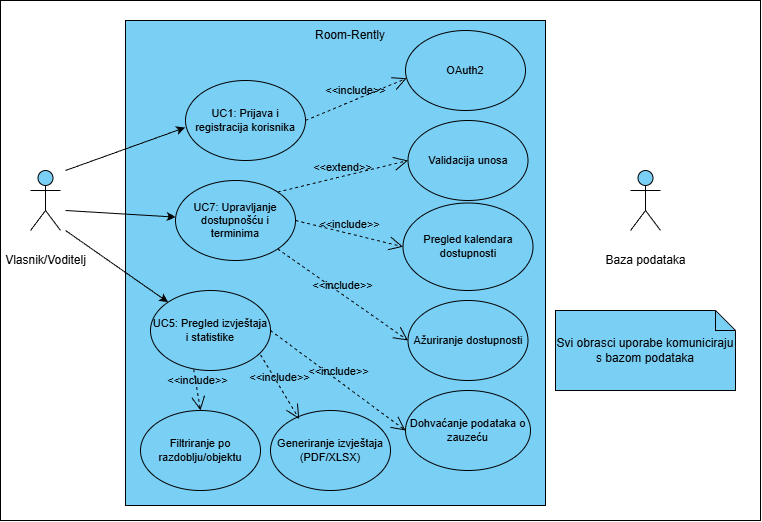
The draw.io diagram Dokumentacija/Dijagrami/Slike/Dijagram obrazaca uporabe Vlasnik Voditelj.drawio.png in JosipMrakovcic/Room-Rently, before a commit. Source tidied: cells renumbered, new cells last; positions are measured from the earlier drawing's top-left corner, leaving out a move shared by most shapes. The source it was exported from:
```xml
<mxGraphModel background="light-dark(#FFFFFF,#FFFFFF)">
  <root>
    <mxCell id="0" />
    <mxCell id="1" parent="0" />
    <mxCell id="2" style="html=1;whiteSpace=wrap;fillColor=none;strokeColor=light-dark(#000000,#000000);strokeWidth=1;labelBackgroundColor=none;fontColor=default;" parent="1" vertex="1">
      <mxGeometry width="760" height="520" as="geometry" />
    </mxCell>
    <mxCell id="3" value="&lt;font style=&quot;color: light-dark(rgb(0, 0, 0), rgb(0, 0, 0));&quot;&gt;Svi obrasci uporabe komuniciraju s bazom podataka&lt;/font&gt;" style="shape=note;size=20;whiteSpace=wrap;html=1;fillColor=light-dark(#7ACFF5,#00D4FF);strokeColor=light-dark(#000000,#000000);" parent="1" vertex="1">
      <mxGeometry x="555" y="310" width="180" height="80" as="geometry" />
    </mxCell>
    <mxCell id="4" value="&lt;font style=&quot;color: light-dark(rgb(0, 0, 0), rgb(0, 0, 0));&quot;&gt;Baza podataka&lt;/font&gt;" style="shape=umlActor;verticalLabelPosition=bottom;verticalAlign=middle;html=1;fillColor=light-dark(#7ACFF5,#00D4FF);strokeColor=light-dark(#000000,#000000);align=center;fontFamily=Helvetica;fontSize=12;fontColor=default;" parent="1" vertex="1">
      <mxGeometry x="630" y="170" width="30" height="60" as="geometry" />
    </mxCell>
    <mxCell id="5" style="html=1;whiteSpace=wrap;strokeColor=light-dark(#000000,#000000);align=center;verticalAlign=middle;fontFamily=Helvetica;fontSize=12;fontColor=default;fillColor=light-dark(#7ACFF5,#00D4FF);" parent="1" vertex="1">
      <mxGeometry x="125" y="20" width="420" height="485" as="geometry" />
    </mxCell>
    <mxCell id="6" value="&lt;font style=&quot;color: light-dark(rgb(0, 0, 0), rgb(0, 0, 0));&quot;&gt;Vlasnik/Voditelj&lt;/font&gt;" style="shape=umlActor;verticalLabelPosition=bottom;verticalAlign=middle;html=1;fillColor=light-dark(#7ACFF5,#00D4FF);strokeColor=light-dark(#000000,#000000);align=center;fontFamily=Helvetica;fontSize=12;fontColor=default;" parent="1" vertex="1">
      <mxGeometry x="30" y="170" width="30" height="60" as="geometry" />
    </mxCell>
    <mxCell id="7" value="&lt;font style=&quot;color: light-dark(rgb(0, 0, 0), rgb(0, 0, 0));&quot;&gt;UC1: Prijava i registracija korisnika&lt;/font&gt;" style="ellipse;whiteSpace=wrap;html=1;strokeColor=light-dark(#000000,#000000);align=center;verticalAlign=middle;fontFamily=Helvetica;fontSize=11;fontColor=default;fillColor=none;" parent="1" vertex="1">
      <mxGeometry x="185" y="80" width="120" height="80" as="geometry" />
    </mxCell>
    <mxCell id="8" value="&lt;font style=&quot;color: light-dark(rgb(0, 0, 0), rgb(3, 3, 3));&quot;&gt;UC5: Pregled izvještaja i statistike&lt;/font&gt;" style="ellipse;whiteSpace=wrap;html=1;strokeColor=light-dark(#000000,#000000);align=center;verticalAlign=middle;fontFamily=Helvetica;fontSize=11;fontColor=default;fillColor=none;" parent="1" vertex="1">
      <mxGeometry x="150" y="290" width="120" height="80" as="geometry" />
    </mxCell>
    <mxCell id="9" value="&lt;font&gt;UC7: Upravljanje dostupnošću i terminima&lt;/font&gt;" style="ellipse;whiteSpace=wrap;html=1;strokeColor=light-dark(#000000,#000000);align=center;verticalAlign=middle;fontFamily=Helvetica;fontSize=11;fontColor=light-dark(#000000,#000000);fillColor=none;" parent="1" vertex="1">
      <mxGeometry x="175" y="180" width="120" height="80" as="geometry" />
    </mxCell>
    <mxCell id="10" value="&lt;font&gt;Generiranje izvještaja (PDF/XLSX)&lt;/font&gt;" style="ellipse;whiteSpace=wrap;html=1;strokeColor=light-dark(#000000,#000000);align=center;verticalAlign=middle;fontFamily=Helvetica;fontSize=11;fontColor=light-dark(#000000,#000000);fillColor=none;" parent="1" vertex="1">
      <mxGeometry x="270" y="410" width="120" height="80" as="geometry" />
    </mxCell>
    <mxCell id="11" value="&lt;font style=&quot;color: light-dark(rgb(0, 0, 0), rgb(0, 0, 0));&quot;&gt;Dohvaćanje podataka o zauzeću&lt;/font&gt;" style="ellipse;whiteSpace=wrap;html=1;strokeColor=light-dark(#000000,#000000);align=center;verticalAlign=middle;fontFamily=Helvetica;fontSize=11;fontColor=default;fillColor=none;" parent="1" vertex="1">
      <mxGeometry x="405" y="390" width="125" height="80" as="geometry" />
    </mxCell>
    <mxCell id="12" value="&lt;font style=&quot;color: light-dark(rgb(0, 0, 0), rgb(0, 0, 0));&quot;&gt;Filtriranje po razdoblju/objektu&lt;/font&gt;" style="ellipse;whiteSpace=wrap;html=1;strokeColor=light-dark(#000000,#000000);align=center;verticalAlign=middle;fontFamily=Helvetica;fontSize=11;fontColor=default;fillColor=none;" parent="1" vertex="1">
      <mxGeometry x="140" y="410" width="120" height="80" as="geometry" />
    </mxCell>
    <mxCell id="13" value="&lt;font style=&quot;color: light-dark(rgb(0, 0, 0), rgb(5, 5, 5));&quot;&gt;Validacija unosa&lt;/font&gt;" style="ellipse;whiteSpace=wrap;html=1;strokeColor=light-dark(#000000,#000000);align=center;verticalAlign=middle;fontFamily=Helvetica;fontSize=11;fontColor=default;fillColor=none;" parent="1" vertex="1">
      <mxGeometry x="407.5" y="120" width="120" height="80" as="geometry" />
    </mxCell>
    <mxCell id="14" value="&lt;font style=&quot;color: light-dark(rgb(0, 0, 0), rgb(0, 0, 0));&quot;&gt;OAuth2&lt;/font&gt;" style="ellipse;whiteSpace=wrap;html=1;strokeColor=light-dark(#000000,#000000);align=center;verticalAlign=middle;fontFamily=Helvetica;fontSize=11;fontColor=default;fillColor=none;" parent="1" vertex="1">
      <mxGeometry x="405" y="30" width="120" height="80" as="geometry" />
    </mxCell>
    <mxCell id="15" value="&amp;lt;&amp;lt;extend&amp;gt;&amp;gt;" style="endArrow=open;dashed=1;endFill=0;endSize=12;html=1;rounded=0;entryX=0;entryY=0.5;entryDx=0;entryDy=0;fontSize=11;strokeColor=light-dark(#000000,#000000);exitX=1;exitY=0;exitDx=0;exitDy=0;labelBackgroundColor=none;fontColor=light-dark(#000000,#000000);align=center;verticalAlign=bottom;" parent="1" edge="1" source="9" target="13">
      <mxGeometry relative="1" as="geometry" />
    </mxCell>
    <mxCell id="16" style="endArrow=classic;html=1;rounded=0;strokeColor=light-dark(#000000,#000000);" parent="1" edge="1" target="9">
      <mxGeometry relative="1" as="geometry">
        <mxPoint x="65" y="210" as="sourcePoint" />
      </mxGeometry>
    </mxCell>
    <mxCell id="17" style="endArrow=classic;html=1;rounded=0;entryX=-0.003;entryY=0.588;entryDx=0;entryDy=0;entryPerimeter=0;strokeColor=light-dark(#000000,#000000);" parent="1" edge="1" target="7">
      <mxGeometry relative="1" as="geometry">
        <mxPoint x="65" y="170" as="sourcePoint" />
      </mxGeometry>
    </mxCell>
    <mxCell id="18" style="endArrow=classic;html=1;rounded=0;entryX=0;entryY=0;entryDx=0;entryDy=0;strokeColor=light-dark(#000000,#131313);" parent="1" edge="1" target="8">
      <mxGeometry relative="1" as="geometry">
        <mxPoint x="65" y="230" as="sourcePoint" />
      </mxGeometry>
    </mxCell>
    <mxCell id="19" value="&lt;font style=&quot;color: light-dark(rgb(0, 0, 0), rgb(7, 7, 7));&quot;&gt;Room-Rently&lt;/font&gt;" style="text;html=1;whiteSpace=wrap;strokeColor=none;fillColor=none;align=center;verticalAlign=middle;rounded=0;" parent="1" vertex="1">
      <mxGeometry x="295" y="20" width="110" height="30" as="geometry" />
    </mxCell>
    <mxCell id="20" value="Pregled kalendara dostupnosti" style="ellipse;whiteSpace=wrap;html=1;strokeColor=light-dark(#000000,#000000);align=center;verticalAlign=middle;fontFamily=Helvetica;fontSize=11;fontColor=light-dark(#000000,#000000);fillColor=none;" parent="1" vertex="1">
      <mxGeometry x="402.5" y="202.5" width="130" height="87.5" as="geometry" />
    </mxCell>
    <mxCell id="21" value="&amp;lt;&amp;lt;include&amp;gt;&amp;gt;" style="endArrow=open;dashed=1;endFill=0;endSize=12;html=1;rounded=0;entryX=0;entryY=0.5;entryDx=0;entryDy=0;fontSize=11;strokeColor=light-dark(#000000,#000000);labelBackgroundColor=none;fontColor=light-dark(#000000,#000000);align=center;verticalAlign=bottom;exitX=1;exitY=0.5;exitDx=0;exitDy=0;" parent="1" edge="1" source="9" target="20">
      <mxGeometry relative="1" as="geometry" />
    </mxCell>
    <mxCell id="22" value="&amp;lt;&amp;lt;include&amp;gt;&amp;gt;" style="endArrow=open;dashed=1;endFill=0;endSize=12;html=1;rounded=0;entryX=0;entryY=0.5;entryDx=0;entryDy=0;fontSize=11;strokeColor=light-dark(#000000,#000000);labelBackgroundColor=none;fontColor=light-dark(#000000,#000000);align=center;verticalAlign=bottom;exitX=1;exitY=0.5;exitDx=0;exitDy=0;" parent="1" edge="1" source="8" target="11">
      <mxGeometry relative="1" as="geometry" />
    </mxCell>
    <mxCell id="23" value="&amp;lt;&amp;lt;include&amp;gt;&amp;gt;" style="endArrow=open;dashed=1;endFill=0;endSize=12;html=1;rounded=0;entryX=0.239;entryY=0.106;entryDx=0;entryDy=0;fontSize=11;strokeColor=light-dark(#000000,#000000);labelBackgroundColor=none;fontColor=light-dark(#000000,#000000);align=center;verticalAlign=bottom;exitX=0.917;exitY=0.804;exitDx=0;exitDy=0;exitPerimeter=0;entryPerimeter=0;" parent="1" edge="1" source="8" target="10">
      <mxGeometry relative="1" as="geometry" />
    </mxCell>
    <mxCell id="24" value="&amp;lt;&amp;lt;include&amp;gt;&amp;gt;" style="endArrow=open;dashed=1;endFill=0;endSize=12;html=1;rounded=0;entryX=0.5;entryY=0;entryDx=0;entryDy=0;fontSize=11;strokeColor=light-dark(#000000,#000000);labelBackgroundColor=none;fontColor=light-dark(#000000,#000000);align=center;verticalAlign=bottom;exitX=0.36;exitY=0.985;exitDx=0;exitDy=0;exitPerimeter=0;" parent="1" edge="1" source="8" target="12">
      <mxGeometry relative="1" as="geometry" />
    </mxCell>
    <mxCell id="25" value="Ažuriranje dostupnosti" style="ellipse;whiteSpace=wrap;html=1;strokeColor=light-dark(#000000,#000000);align=center;verticalAlign=middle;fontFamily=Helvetica;fontSize=11;fontColor=light-dark(#000000,#000000);fillColor=none;" parent="1" vertex="1">
      <mxGeometry x="407.5" y="300" width="120" height="80" as="geometry" />
    </mxCell>
    <mxCell id="26" value="&amp;lt;&amp;lt;include&amp;gt;&amp;gt;" style="endArrow=open;dashed=1;endFill=0;endSize=12;html=1;rounded=0;entryX=0.009;entryY=0.597;entryDx=0;entryDy=0;fontSize=11;strokeColor=light-dark(#000000,#000000);exitX=1;exitY=0.5;exitDx=0;exitDy=0;labelBackgroundColor=none;fontColor=light-dark(#000000,#000000);align=center;verticalAlign=bottom;entryPerimeter=0;" parent="1" edge="1" source="7" target="14">
      <mxGeometry relative="1" as="geometry" />
    </mxCell>
    <mxCell id="27" value="&amp;lt;&amp;lt;include&amp;gt;&amp;gt;" style="endArrow=open;dashed=1;endFill=0;endSize=12;html=1;rounded=0;entryX=0;entryY=0.5;entryDx=0;entryDy=0;fontSize=11;strokeColor=light-dark(#000000,#000000);labelBackgroundColor=none;fontColor=light-dark(#000000,#000000);align=center;verticalAlign=bottom;exitX=1;exitY=1;exitDx=0;exitDy=0;" parent="1" edge="1" source="9" target="25">
      <mxGeometry relative="1" as="geometry" />
    </mxCell>
  </root>
</mxGraphModel>
```
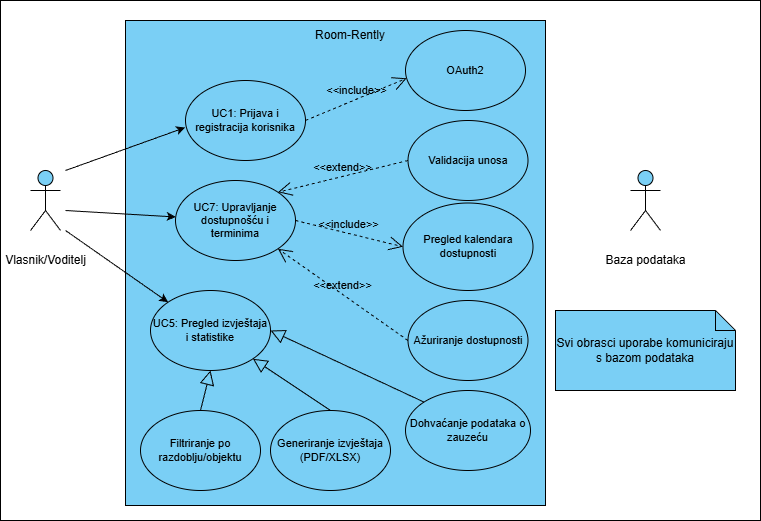
The same file after the commit.

Diff of the diagram source:
```diff
@@ -41,7 +41,7 @@
     <mxCell id="14" value="&lt;font style=&quot;color: light-dark(rgb(0, 0, 0), rgb(0, 0, 0));&quot;&gt;OAuth2&lt;/font&gt;" style="ellipse;whiteSpace=wrap;html=1;strokeColor=light-dark(#000000,#000000);align=center;verticalAlign=middle;fontFamily=Helvetica;fontSize=11;fontColor=default;fillColor=none;" parent="1" vertex="1">
       <mxGeometry x="405" y="30" width="120" height="80" as="geometry" />
     </mxCell>
-    <mxCell id="15" value="&amp;lt;&amp;lt;extend&amp;gt;&amp;gt;" style="endArrow=open;dashed=1;endFill=0;endSize=12;html=1;rounded=0;entryX=0;entryY=0.5;entryDx=0;entryDy=0;fontSize=11;strokeColor=light-dark(#000000,#000000);exitX=1;exitY=0;exitDx=0;exitDy=0;labelBackgroundColor=none;fontColor=light-dark(#000000,#000000);align=center;verticalAlign=bottom;" parent="1" edge="1" source="9" target="13">
+    <mxCell id="15" value="&amp;lt;&amp;lt;extend&amp;gt;&amp;gt;" style="endArrow=open;dashed=1;endFill=0;endSize=12;html=1;rounded=0;entryX=1;entryY=0;entryDx=0;entryDy=0;fontSize=11;strokeColor=light-dark(#000000,#000000);exitX=0;exitY=0.5;exitDx=0;exitDy=0;labelBackgroundColor=none;fontColor=light-dark(#000000,#000000);align=center;verticalAlign=bottom;" parent="1" edge="1" source="13" target="9">
       <mxGeometry relative="1" as="geometry" />
     </mxCell>
     <mxCell id="16" style="endArrow=classic;html=1;rounded=0;strokeColor=light-dark(#000000,#000000);" parent="1" edge="1" target="9">
@@ -65,26 +65,26 @@
     <mxCell id="20" value="Pregled kalendara dostupnosti" style="ellipse;whiteSpace=wrap;html=1;strokeColor=light-dark(#000000,#000000);align=center;verticalAlign=middle;fontFamily=Helvetica;fontSize=11;fontColor=light-dark(#000000,#000000);fillColor=none;" parent="1" vertex="1">
       <mxGeometry x="402.5" y="202.5" width="130" height="87.5" as="geometry" />
     </mxCell>
-    <mxCell id="21" value="&amp;lt;&amp;lt;include&amp;gt;&amp;gt;" style="endArrow=open;dashed=1;endFill=0;endSize=12;html=1;rounded=0;entryX=0;entryY=0.5;entryDx=0;entryDy=0;fontSize=11;strokeColor=light-dark(#000000,#000000);labelBackgroundColor=none;fontColor=light-dark(#000000,#000000);align=center;verticalAlign=bottom;exitX=1;exitY=0.5;exitDx=0;exitDy=0;" parent="1" edge="1" source="9" target="20">
-      <mxGeometry relative="1" as="geometry" />
-    </mxCell>
-    <mxCell id="22" value="&amp;lt;&amp;lt;include&amp;gt;&amp;gt;" style="endArrow=open;dashed=1;endFill=0;endSize=12;html=1;rounded=0;entryX=0;entryY=0.5;entryDx=0;entryDy=0;fontSize=11;strokeColor=light-dark(#000000,#000000);labelBackgroundColor=none;fontColor=light-dark(#000000,#000000);align=center;verticalAlign=bottom;exitX=1;exitY=0.5;exitDx=0;exitDy=0;" parent="1" edge="1" source="8" target="11">
-      <mxGeometry relative="1" as="geometry" />
-    </mxCell>
-    <mxCell id="23" value="&amp;lt;&amp;lt;include&amp;gt;&amp;gt;" style="endArrow=open;dashed=1;endFill=0;endSize=12;html=1;rounded=0;entryX=0.239;entryY=0.106;entryDx=0;entryDy=0;fontSize=11;strokeColor=light-dark(#000000,#000000);labelBackgroundColor=none;fontColor=light-dark(#000000,#000000);align=center;verticalAlign=bottom;exitX=0.917;exitY=0.804;exitDx=0;exitDy=0;exitPerimeter=0;entryPerimeter=0;" parent="1" edge="1" source="8" target="10">
-      <mxGeometry relative="1" as="geometry" />
-    </mxCell>
-    <mxCell id="24" value="&amp;lt;&amp;lt;include&amp;gt;&amp;gt;" style="endArrow=open;dashed=1;endFill=0;endSize=12;html=1;rounded=0;entryX=0.5;entryY=0;entryDx=0;entryDy=0;fontSize=11;strokeColor=light-dark(#000000,#000000);labelBackgroundColor=none;fontColor=light-dark(#000000,#000000);align=center;verticalAlign=bottom;exitX=0.36;exitY=0.985;exitDx=0;exitDy=0;exitPerimeter=0;" parent="1" edge="1" source="8" target="12">
-      <mxGeometry relative="1" as="geometry" />
-    </mxCell>
     <mxCell id="25" value="Ažuriranje dostupnosti" style="ellipse;whiteSpace=wrap;html=1;strokeColor=light-dark(#000000,#000000);align=center;verticalAlign=middle;fontFamily=Helvetica;fontSize=11;fontColor=light-dark(#000000,#000000);fillColor=none;" parent="1" vertex="1">
       <mxGeometry x="407.5" y="300" width="120" height="80" as="geometry" />
     </mxCell>
     <mxCell id="26" value="&amp;lt;&amp;lt;include&amp;gt;&amp;gt;" style="endArrow=open;dashed=1;endFill=0;endSize=12;html=1;rounded=0;entryX=0.009;entryY=0.597;entryDx=0;entryDy=0;fontSize=11;strokeColor=light-dark(#000000,#000000);exitX=1;exitY=0.5;exitDx=0;exitDy=0;labelBackgroundColor=none;fontColor=light-dark(#000000,#000000);align=center;verticalAlign=bottom;entryPerimeter=0;" parent="1" edge="1" source="7" target="14">
       <mxGeometry relative="1" as="geometry" />
     </mxCell>
-    <mxCell id="27" value="&amp;lt;&amp;lt;include&amp;gt;&amp;gt;" style="endArrow=open;dashed=1;endFill=0;endSize=12;html=1;rounded=0;entryX=0;entryY=0.5;entryDx=0;entryDy=0;fontSize=11;strokeColor=light-dark(#000000,#000000);labelBackgroundColor=none;fontColor=light-dark(#000000,#000000);align=center;verticalAlign=bottom;exitX=1;exitY=1;exitDx=0;exitDy=0;" parent="1" edge="1" source="9" target="25">
-      <mxGeometry relative="1" as="geometry" />
-    </mxCell>
+    <mxCell id="28" style="endArrow=block;endFill=0;endSize=12;html=1;rounded=0;entryX=0.5;entryY=1;entryDx=0;entryDy=0;fontSize=11;strokeColor=light-dark(#000000,#000000);labelBackgroundColor=none;fontColor=light-dark(#000000,#000000);align=center;verticalAlign=bottom;exitX=0.5;exitY=0;exitDx=0;exitDy=0;" parent="1" edge="1" source="12" target="8">
+      <mxGeometry relative="1" as="geometry" />
+    </mxCell>
+    <mxCell id="29" style="endArrow=block;endFill=0;endSize=12;html=1;rounded=0;entryX=1;entryY=1;entryDx=0;entryDy=0;fontSize=11;strokeColor=light-dark(#000000,#000000);labelBackgroundColor=none;fontColor=light-dark(#000000,#000000);align=center;verticalAlign=bottom;exitX=0.5;exitY=0;exitDx=0;exitDy=0;" parent="1" edge="1" source="10" target="8">
+      <mxGeometry relative="1" as="geometry" />
+    </mxCell>
+    <mxCell id="30" style="endArrow=block;endFill=0;endSize=12;html=1;rounded=0;entryX=1;entryY=0.5;entryDx=0;entryDy=0;fontSize=11;strokeColor=light-dark(#000000,#000000);labelBackgroundColor=none;fontColor=light-dark(#000000,#000000);align=center;verticalAlign=bottom;exitX=0;exitY=0;exitDx=0;exitDy=0;" parent="1" edge="1" source="11" target="8">
+      <mxGeometry relative="1" as="geometry" />
+    </mxCell>
+    <mxCell id="21" value="&amp;lt;&amp;lt;include&amp;gt;&amp;gt;" style="endArrow=open;dashed=1;endFill=0;endSize=12;html=1;rounded=0;entryX=0;entryY=0.5;entryDx=0;entryDy=0;fontSize=11;strokeColor=light-dark(#000000,#000000);exitX=1;exitY=0.5;exitDx=0;exitDy=0;labelBackgroundColor=none;fontColor=light-dark(#000000,#000000);align=center;verticalAlign=bottom;" parent="1" edge="1" source="9" target="20">
+      <mxGeometry relative="1" as="geometry" />
+    </mxCell>
+    <mxCell id="31" value="&amp;lt;&amp;lt;extend&amp;gt;&amp;gt;" style="endArrow=open;dashed=1;endFill=0;endSize=12;html=1;rounded=0;entryX=1;entryY=1;entryDx=0;entryDy=0;fontSize=11;strokeColor=light-dark(#000000,#000000);exitX=0;exitY=0.5;exitDx=0;exitDy=0;labelBackgroundColor=none;fontColor=light-dark(#000000,#000000);align=center;verticalAlign=bottom;" parent="1" edge="1" source="25" target="9">
+      <mxGeometry relative="1" as="geometry" />
+    </mxCell>
   </root>
 </mxGraphModel>
```
